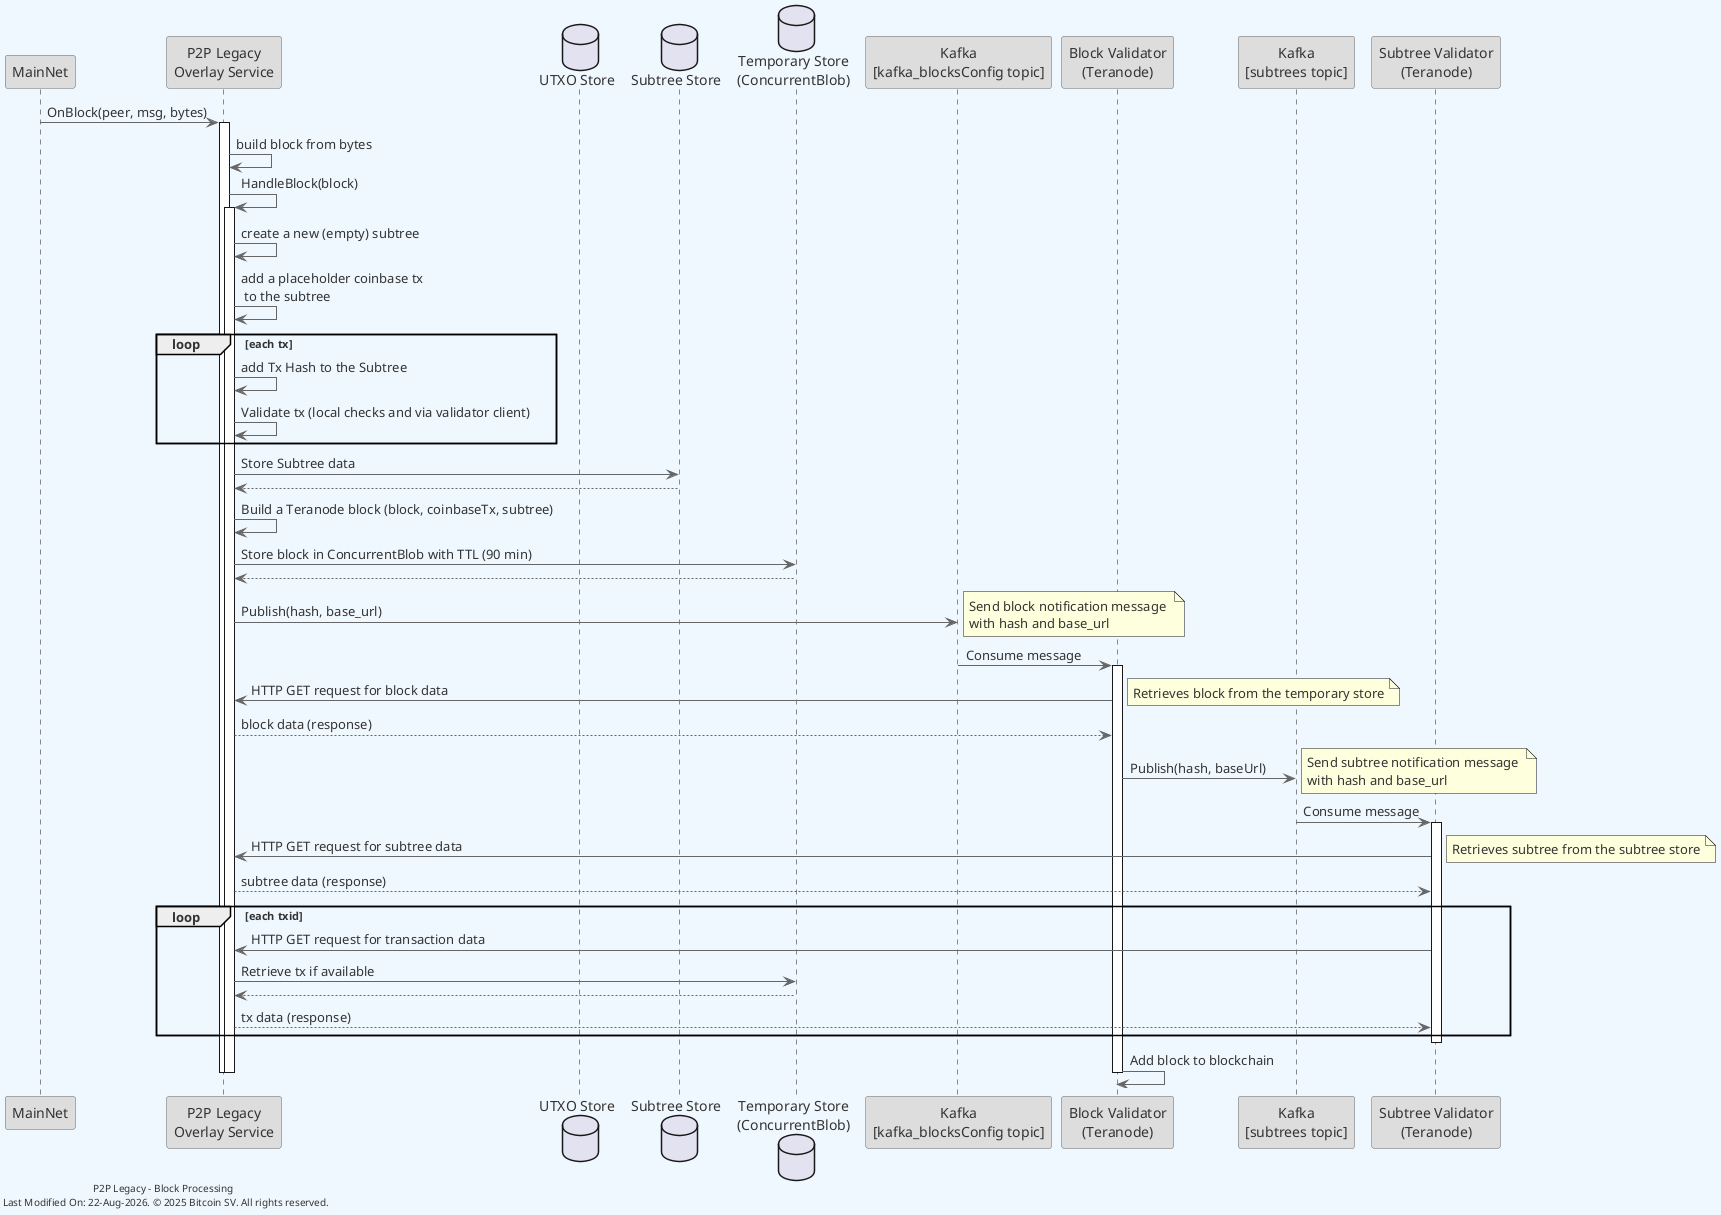
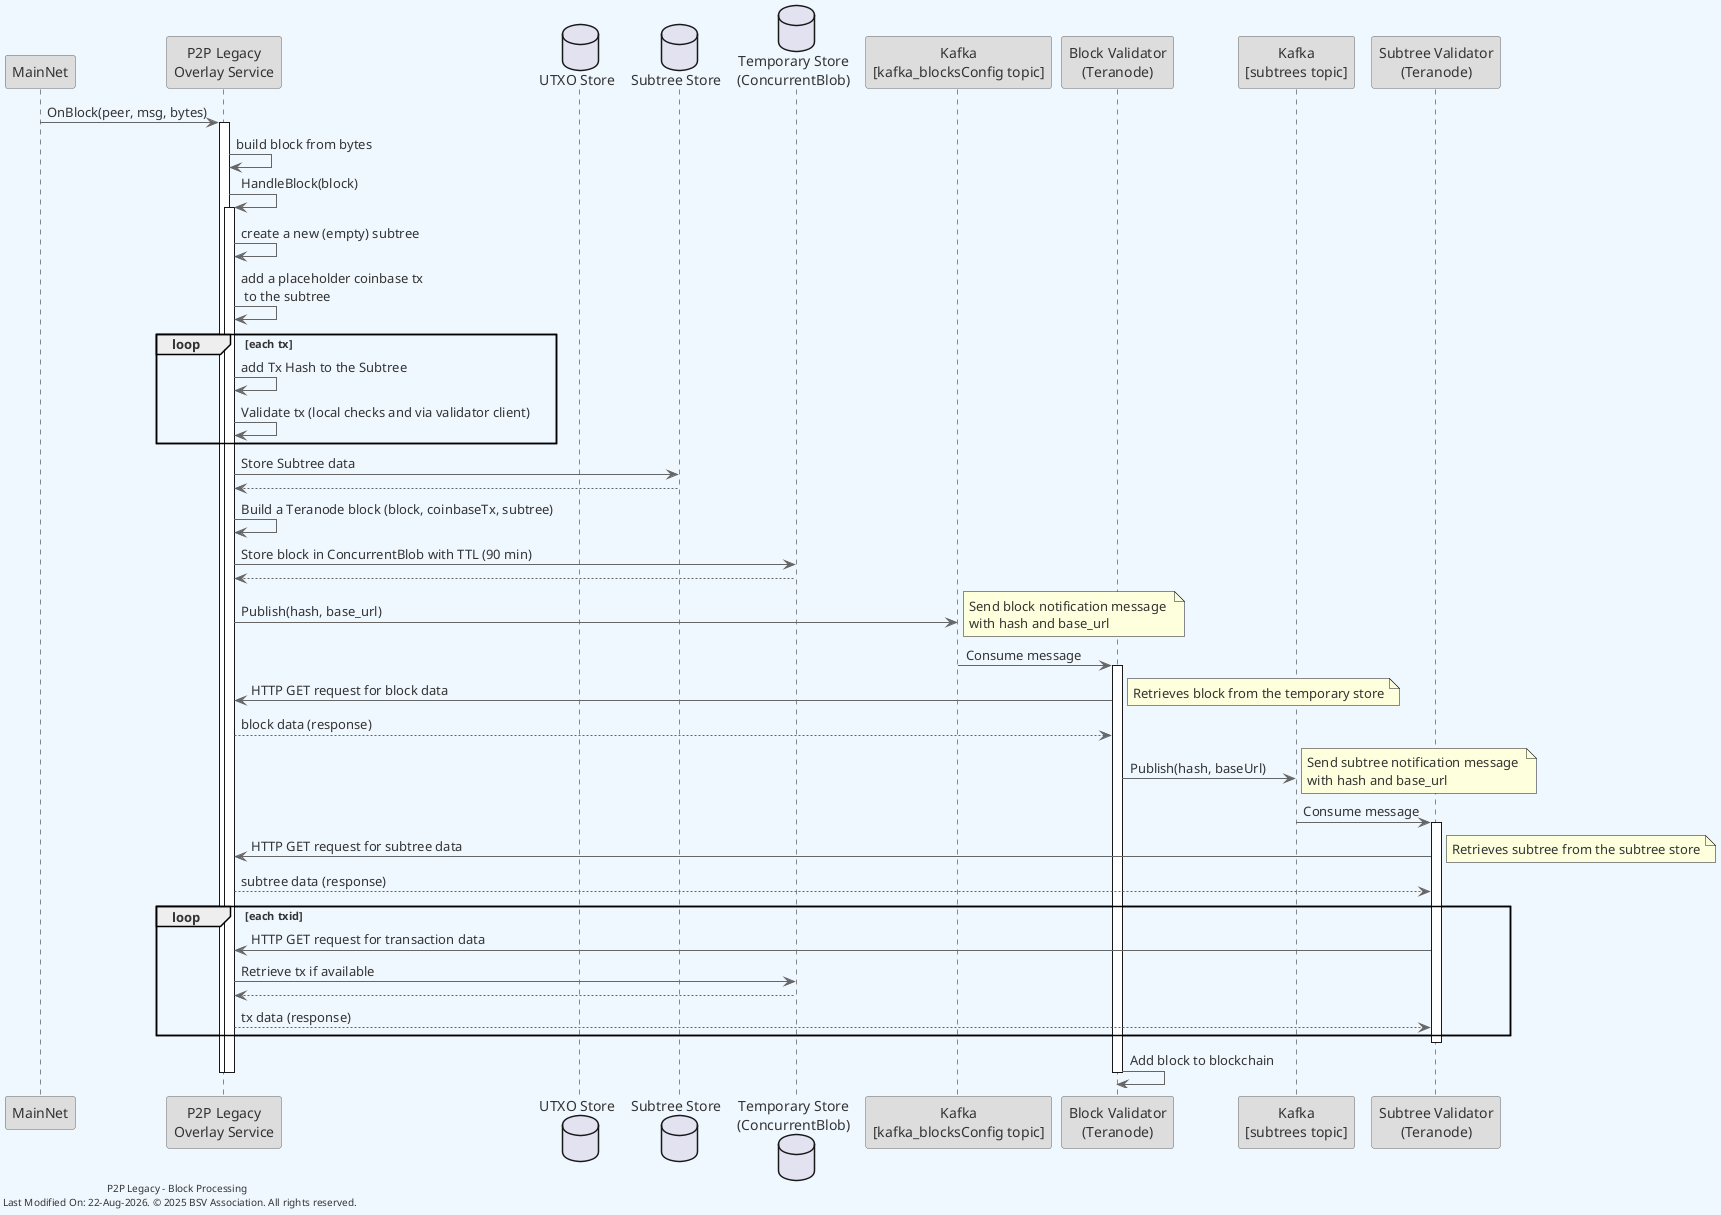
@startuml overview
skinparam backgroundColor #F0F8FF
skinparam defaultFontColor #333333
skinparam arrowColor #666666

' Define borders for all elements
skinparam entity {
  BorderColor #666666
  BackgroundColor #DDDDDD
}

skinparam control {
  BorderColor #666666
  BackgroundColor #DDDDDD
}

skinparam participant {
  BorderColor #666666
  BackgroundColor #DDDDDD
}




participant MainNet as mainnet
participant "P2P Legacy\nOverlay Service" as legacy
database "UTXO Store" as utxoStore
database "Subtree Store" as subtreeStore
database "Temporary Store\n(ConcurrentBlob)" as tempStore
participant "Kafka\n[kafka_blocksConfig topic]" as kafkaBlock
participant "Block Validator\n(Teranode)" as blockValidator
participant "Kafka\n[subtrees topic]" as kafkaSubtree
participant "Subtree Validator\n(Teranode)" as subtreeValidator

mainnet -> legacy : OnBlock(peer, msg, bytes)
activate legacy

legacy -> legacy: build block from bytes

legacy -> legacy: HandleBlock(block)
activate legacy

legacy -> legacy: create a new (empty) subtree
legacy -> legacy: add a placeholder coinbase tx\n to the subtree

loop each tx
    legacy -> legacy: add Tx Hash to the Subtree
    legacy -> legacy: Validate tx (local checks and via validator client)
end

legacy -> subtreeStore: Store Subtree data
subtreeStore --> legacy

legacy -> legacy: Build a Teranode block (block, coinbaseTx, subtree)

legacy -> tempStore: Store block in ConcurrentBlob with TTL (90 min)
tempStore --> legacy

legacy -> kafkaBlock: Publish(hash, base_url)
note right: Send block notification message \nwith hash and base_url

kafkaBlock -> blockValidator: Consume message
activate blockValidator

blockValidator -> legacy: HTTP GET request for block data
note right: Retrieves block from the temporary store

legacy --> blockValidator: block data (response)

blockValidator -> kafkaSubtree: Publish(hash, baseUrl)
note right: Send subtree notification message \nwith hash and base_url

kafkaSubtree -> subtreeValidator: Consume message
activate subtreeValidator

subtreeValidator -> legacy: HTTP GET request for subtree data
note right: Retrieves subtree from the subtree store

legacy --> subtreeValidator: subtree data (response)


loop each txid
    subtreeValidator -> legacy: HTTP GET request for transaction data
    legacy -> tempStore: Retrieve tx if available
    tempStore --> legacy
    legacy --> subtreeValidator: tx data (response)
end

deactivate subtreeValidator

blockValidator -> blockValidator: Add block to blockchain

deactivate blockValidator

deactivate legacy

deactivate legacy

- left footer "P2P Legacy - Block Processing \n Last Modified On: %date("dd-MMM-yyyy"). © 2025 Bitcoin SV. All rights reserved."
+ left footer "P2P Legacy - Block Processing \n Last Modified On: %date("dd-MMM-yyyy"). © 2025 BSV Association. All rights reserved."

@enduml
